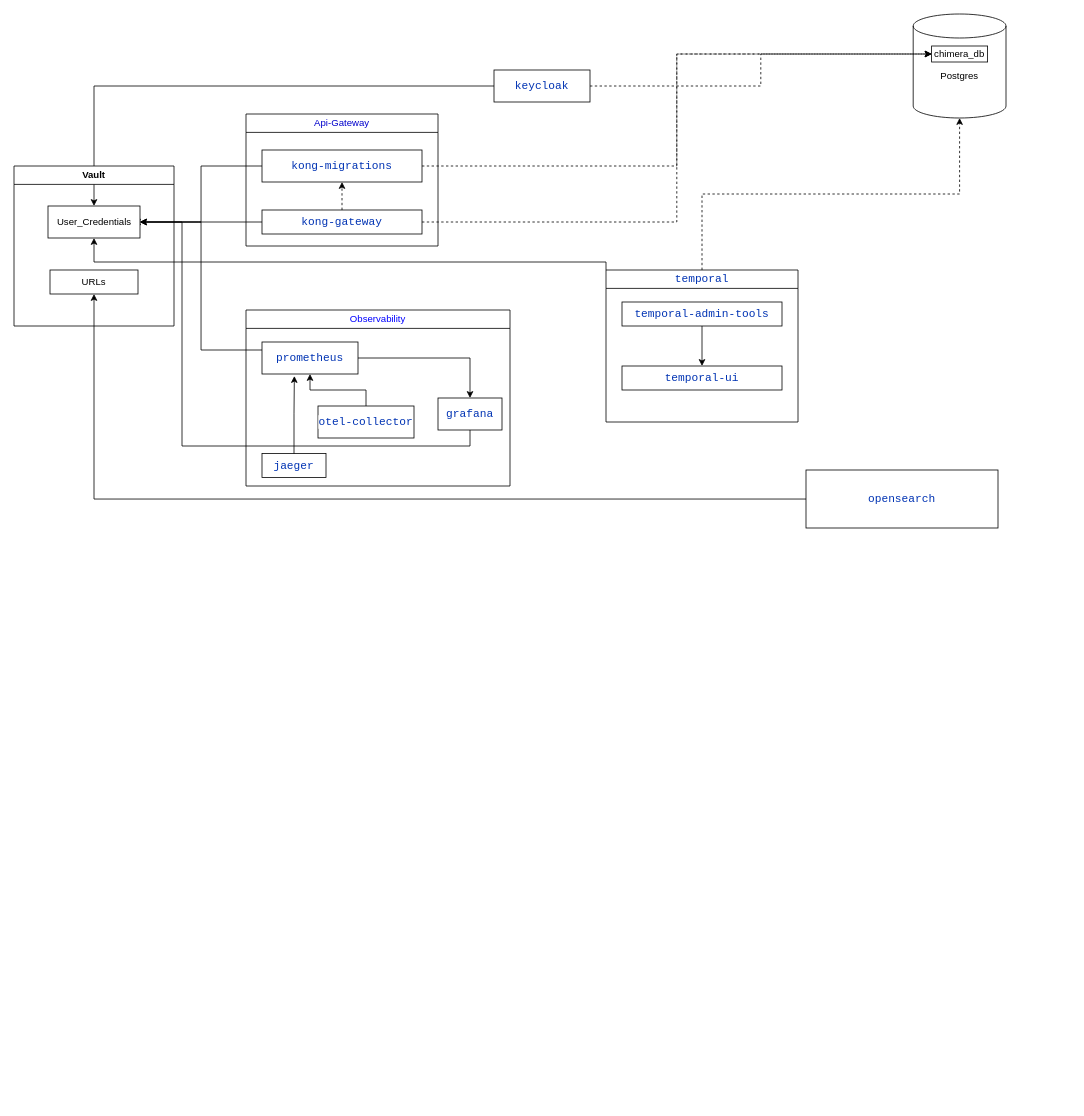
This is Application_Setup/Services_flow_diagram.drawio from Panthers-Labs-Pvt-Ltd/progressive.mind.framework, a draw.io file, before an edit. Source tidied: cells renumbered, new cells numbered last; positions are measured from the earlier drawing's top-left corner, leaving out a move shared by most shapes. Both pictures are drawn from the tidied source at 80%, with x=0, y=0 at pixel (14, 14).
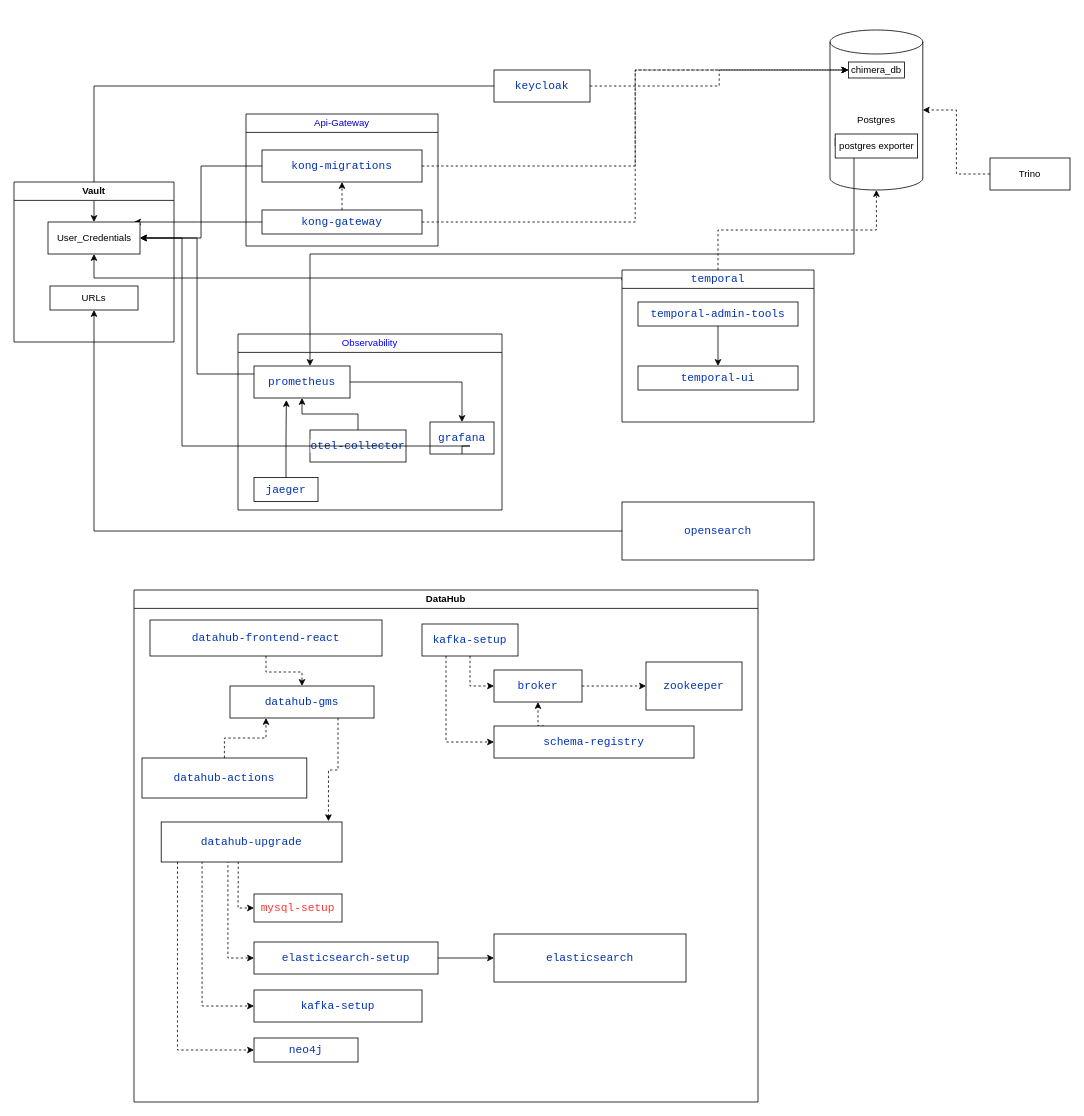
After the change.

Commit message:
Diagram updated for datahub

Unchanged cells that the change refers to:
```xml
<mxCell id="19" value="&lt;div style=&quot;text-align: start; background-color: rgb(255, 255, 255); color: rgb(8, 8, 8);&quot;&gt;&lt;pre style=&quot;font-family: &amp;quot;JetBrains Mono&amp;quot;, monospace; font-size: 10.5pt;&quot;&gt;&lt;span style=&quot;color: rgb(0, 51, 179);&quot;&gt;prometheus&lt;/span&gt;&lt;/pre&gt;&lt;/div&gt;" style="rounded=0;whiteSpace=wrap;html=1;" parent="17" vertex="1">
  <mxGeometry x="20" y="40" width="120" height="40" as="geometry" />
</mxCell>
<mxCell id="32" value="User_Credentials" style="rounded=0;whiteSpace=wrap;html=1;" parent="30" vertex="1">
  <mxGeometry x="42.5" y="50" width="115" height="40" as="geometry" />
</mxCell>
```

Change to the diagram source:
```diff
@@
     <mxCell id="2" value="Postgres" style="shape=cylinder3;whiteSpace=wrap;html=1;boundedLbl=1;backgroundOutline=1;size=15;" parent="1" vertex="1">
-      <mxGeometry x="1124" width="116" height="130" as="geometry" />
+      <mxGeometry x="1020" y="20" width="116" height="200" as="geometry" />
     </mxCell>
@@
     <mxCell id="6" value="&lt;div style=&quot;text-align: start; background-color: rgb(255, 255, 255); color: rgb(8, 8, 8);&quot;&gt;&lt;pre style=&quot;font-family: &amp;quot;JetBrains Mono&amp;quot;, monospace; font-size: 10.5pt;&quot;&gt;&lt;span style=&quot;color: rgb(0, 51, 179);&quot;&gt;opensearch&lt;/span&gt;&lt;/pre&gt;&lt;/div&gt;" style="rounded=0;whiteSpace=wrap;html=1;" parent="1" vertex="1">
-      <mxGeometry x="990" y="570" width="240" height="72.5" as="geometry" />
+      <mxGeometry x="760" y="610" width="240" height="72.5" as="geometry" />
     </mxCell>
-    <mxCell id="7" style="edgeStyle=orthogonalEdgeStyle;rounded=0;jettySize=auto;html=1;exitX=0;exitY=0;exitDx=0;exitDy=0;entryX=0.5;entryY=1;entryDx=0;entryDy=0;" parent="1" edge="1" source="8" target="32">
+    <mxCell id="7" style="edgeStyle=orthogonalEdgeStyle;rounded=0;jettySize=auto;html=1;exitX=0;exitY=0.068;exitDx=0;exitDy=0;entryX=0.5;entryY=1;entryDx=0;entryDy=0;exitPerimeter=0;" parent="1" edge="1" source="8" target="32">
       <mxGeometry relative="1" as="geometry">
         <Array as="points">
-          <mxPoint x="740" y="310" />
-          <mxPoint x="100" y="310" />
+          <mxPoint x="760" y="330" />
+          <mxPoint x="100" y="330" />
         </Array>
       </mxGeometry>
     </mxCell>
     <mxCell id="8" value="&lt;div style=&quot;font-weight: 400; text-align: start; background-color: rgb(255, 255, 255); color: rgb(8, 8, 8);&quot;&gt;&lt;pre style=&quot;font-family: &amp;quot;JetBrains Mono&amp;quot;, monospace; font-size: 10.5pt;&quot;&gt;&lt;span style=&quot;color: rgb(0, 51, 179);&quot;&gt;temporal&lt;/span&gt;&lt;/pre&gt;&lt;/div&gt;" style="swimlane;whiteSpace=wrap;html=1;" parent="1" vertex="1">
-      <mxGeometry x="740" y="320" width="240" height="190" as="geometry" />
+      <mxGeometry x="760" y="320" width="240" height="190" as="geometry" />
     </mxCell>
@@
     <mxCell id="17" value="&lt;span style=&quot;font-weight: normal; color: rgb(0, 0, 255);&quot;&gt;Observability&lt;/span&gt;" style="swimlane;whiteSpace=wrap;html=1;" parent="1" vertex="1">
-      <mxGeometry x="290" y="370" width="330" height="220" as="geometry" />
+      <mxGeometry x="280" y="400" width="330" height="220" as="geometry" />
     </mxCell>
@@
     <mxCell id="27" value="chimera_db" style="rounded=0;whiteSpace=wrap;html=1;" parent="1" vertex="1">
-      <mxGeometry x="1147" y="40" width="70" height="20" as="geometry" />
+      <mxGeometry x="1043" y="60" width="70" height="20" as="geometry" />
     </mxCell>
@@
     <mxCell id="30" value="Vault" style="swimlane;whiteSpace=wrap;html=1;" parent="1" vertex="1">
-      <mxGeometry y="190" width="200" height="200" as="geometry" />
+      <mxGeometry y="210" width="200" height="200" as="geometry" />
     </mxCell>
@@
+    <mxCell id="36" style="edgeStyle=orthogonalEdgeStyle;rounded=0;jettySize=auto;html=1;exitX=0;exitY=0.5;exitDx=0;exitDy=0;" parent="1" edge="1" source="37" target="19">
+      <mxGeometry relative="1" as="geometry">
+        <Array as="points">
+          <mxPoint x="1027" y="155" />
+          <mxPoint x="1050" y="155" />
+          <mxPoint x="1050" y="300" />
+          <mxPoint x="370" y="300" />
+        </Array>
+      </mxGeometry>
+    </mxCell>
+    <mxCell id="37" value="postgres exporter" style="rounded=0;whiteSpace=wrap;html=1;" parent="1" vertex="1">
+      <mxGeometry x="1026.5" y="150" width="103" height="30" as="geometry" />
+    </mxCell>
+    <mxCell id="38" style="edgeStyle=orthogonalEdgeStyle;rounded=0;jettySize=auto;html=1;exitX=0;exitY=0.5;exitDx=0;exitDy=0;dashed=1;" parent="1" edge="1" source="39" target="2">
+      <mxGeometry relative="1" as="geometry" />
+    </mxCell>
+    <mxCell id="39" value="Trino" style="rounded=0;whiteSpace=wrap;html=1;" parent="1" vertex="1">
+      <mxGeometry x="1220" y="180" width="100" height="40" as="geometry" />
+    </mxCell>
+    <mxCell id="40" value="DataHub" style="swimlane;whiteSpace=wrap;html=1;" parent="1" vertex="1">
+      <mxGeometry x="150" y="720" width="780" height="640" as="geometry" />
+    </mxCell>
+    <mxCell id="41" style="edgeStyle=orthogonalEdgeStyle;rounded=0;jettySize=auto;html=1;exitX=0.5;exitY=1;exitDx=0;exitDy=0;dashed=1;" parent="40" edge="1" source="42" target="43">
+      <mxGeometry relative="1" as="geometry" />
+    </mxCell>
+    <mxCell id="42" value="&lt;div style=&quot;background-color:#ffffff;color:#080808&quot;&gt;&lt;pre style=&quot;font-family:'JetBrains Mono',monospace;font-size:10.5pt;&quot;&gt;&lt;span style=&quot;color:#0033b3;&quot;&gt;datahub-frontend-react&lt;/span&gt;&lt;/pre&gt;&lt;/div&gt;" style="rounded=0;whiteSpace=wrap;html=1;" parent="40" vertex="1">
+      <mxGeometry x="20" y="37.5" width="290" height="45" as="geometry" />
+    </mxCell>
+    <mxCell id="43" value="&lt;div style=&quot;background-color:#ffffff;color:#080808&quot;&gt;&lt;pre style=&quot;font-family:'JetBrains Mono',monospace;font-size:10.5pt;&quot;&gt;&lt;span style=&quot;color:#0033b3;&quot;&gt;datahub-gms&lt;/span&gt;&lt;/pre&gt;&lt;/div&gt;" style="rounded=0;whiteSpace=wrap;html=1;" parent="40" vertex="1">
+      <mxGeometry x="120" y="120" width="180" height="40" as="geometry" />
+    </mxCell>
+    <mxCell id="44" style="edgeStyle=orthogonalEdgeStyle;rounded=0;jettySize=auto;html=1;entryX=0.25;entryY=1;entryDx=0;entryDy=0;dashed=1;" parent="40" edge="1" source="45" target="43">
+      <mxGeometry relative="1" as="geometry" />
+    </mxCell>
+    <mxCell id="45" value="&lt;div style=&quot;background-color:#ffffff;color:#080808&quot;&gt;&lt;pre style=&quot;font-family:'JetBrains Mono',monospace;font-size:10.5pt;&quot;&gt;&lt;span style=&quot;color:#0033b3;&quot;&gt;datahub-actions&lt;/span&gt;&lt;/pre&gt;&lt;/div&gt;" style="rounded=0;whiteSpace=wrap;html=1;" parent="40" vertex="1">
+      <mxGeometry x="10" y="210" width="206" height="50" as="geometry" />
+    </mxCell>
+    <mxCell id="46" style="edgeStyle=orthogonalEdgeStyle;rounded=0;jettySize=auto;html=1;exitX=0.426;exitY=0.995;exitDx=0;exitDy=0;entryX=0;entryY=0.5;entryDx=0;entryDy=0;dashed=1;exitPerimeter=0;" parent="40" edge="1" source="50" target="62">
+      <mxGeometry relative="1" as="geometry" />
+    </mxCell>
+    <mxCell id="47" style="edgeStyle=orthogonalEdgeStyle;rounded=0;jettySize=auto;html=1;entryX=0;entryY=0.5;entryDx=0;entryDy=0;exitX=0.369;exitY=0.96;exitDx=0;exitDy=0;exitPerimeter=0;dashed=1;" parent="40" edge="1" source="50" target="52">
+      <mxGeometry relative="1" as="geometry" />
+    </mxCell>
+    <mxCell id="48" style="edgeStyle=orthogonalEdgeStyle;rounded=0;jettySize=auto;html=1;entryX=0;entryY=0.5;entryDx=0;entryDy=0;dashed=1;exitX=0.226;exitY=0.987;exitDx=0;exitDy=0;exitPerimeter=0;" parent="40" edge="1" source="50" target="53">
+      <mxGeometry relative="1" as="geometry" />
+    </mxCell>
+    <mxCell id="49" style="edgeStyle=orthogonalEdgeStyle;rounded=0;jettySize=auto;html=1;entryX=0;entryY=0.5;entryDx=0;entryDy=0;dashed=1;exitX=0.09;exitY=0.996;exitDx=0;exitDy=0;exitPerimeter=0;" parent="40" edge="1" source="50" target="55">
+      <mxGeometry relative="1" as="geometry" />
+    </mxCell>
+    <mxCell id="50" value="&lt;div style=&quot;background-color:#ffffff;color:#080808&quot;&gt;&lt;pre style=&quot;font-family:'JetBrains Mono',monospace;font-size:10.5pt;&quot;&gt;&lt;span style=&quot;color:#0033b3;&quot;&gt;datahub-upgrade&lt;/span&gt;&lt;/pre&gt;&lt;/div&gt;" style="rounded=0;whiteSpace=wrap;html=1;" parent="40" vertex="1">
+      <mxGeometry x="34" y="290" width="226" height="50" as="geometry" />
+    </mxCell>
+    <mxCell id="51" style="edgeStyle=orthogonalEdgeStyle;rounded=0;jettySize=auto;html=1;exitX=1;exitY=0.5;exitDx=0;exitDy=0;entryX=0;entryY=0.5;entryDx=0;entryDy=0;" parent="40" edge="1" source="52" target="54">
+      <mxGeometry relative="1" as="geometry" />
+    </mxCell>
+    <mxCell id="52" value="&lt;div style=&quot;background-color:#ffffff;color:#080808&quot;&gt;&lt;pre style=&quot;font-family:'JetBrains Mono',monospace;font-size:10.5pt;&quot;&gt;&lt;span style=&quot;color:#0033b3;&quot;&gt;elasticsearch-setup&lt;/span&gt;&lt;/pre&gt;&lt;/div&gt;" style="rounded=0;whiteSpace=wrap;html=1;" parent="40" vertex="1">
+      <mxGeometry x="150" y="440" width="230" height="40" as="geometry" />
+    </mxCell>
+    <mxCell id="53" value="&lt;div style=&quot;background-color:#ffffff;color:#080808&quot;&gt;&lt;pre style=&quot;font-family:'JetBrains Mono',monospace;font-size:10.5pt;&quot;&gt;&lt;span style=&quot;color:#0033b3;&quot;&gt;kafka-setup&lt;/span&gt;&lt;/pre&gt;&lt;/div&gt;" style="rounded=0;whiteSpace=wrap;html=1;" parent="40" vertex="1">
+      <mxGeometry x="150" y="500" width="210" height="40" as="geometry" />
+    </mxCell>
+    <mxCell id="54" value="&lt;div style=&quot;background-color:#ffffff;color:#080808&quot;&gt;&lt;pre style=&quot;font-family:'JetBrains Mono',monospace;font-size:10.5pt;&quot;&gt;&lt;span style=&quot;color:#0033b3;&quot;&gt;elasticsearch&lt;/span&gt;&lt;/pre&gt;&lt;/div&gt;" style="rounded=0;whiteSpace=wrap;html=1;" parent="40" vertex="1">
+      <mxGeometry x="450" y="430" width="240" height="60" as="geometry" />
+    </mxCell>
+    <mxCell id="55" value="&lt;div style=&quot;background-color:#ffffff;color:#080808&quot;&gt;&lt;pre style=&quot;font-family:'JetBrains Mono',monospace;font-size:10.5pt;&quot;&gt;&lt;span style=&quot;color:#0033b3;&quot;&gt;neo4j&lt;/span&gt;&lt;/pre&gt;&lt;/div&gt;" style="rounded=0;whiteSpace=wrap;html=1;" parent="40" vertex="1">
+      <mxGeometry x="150" y="560" width="130" height="30" as="geometry" />
+    </mxCell>
+    <mxCell id="56" style="edgeStyle=orthogonalEdgeStyle;rounded=0;jettySize=auto;html=1;exitX=0.25;exitY=0;exitDx=0;exitDy=0;entryX=0.5;entryY=1;entryDx=0;entryDy=0;dashed=1;" parent="40" edge="1" source="57" target="59">
+      <mxGeometry relative="1" as="geometry" />
+    </mxCell>
+    <mxCell id="57" value="&lt;div style=&quot;background-color:#ffffff;color:#080808&quot;&gt;&lt;pre style=&quot;font-family:'JetBrains Mono',monospace;font-size:10.5pt;&quot;&gt;&lt;span style=&quot;color:#0033b3;&quot;&gt;schema-registry&lt;/span&gt;&lt;/pre&gt;&lt;/div&gt;" style="rounded=0;whiteSpace=wrap;html=1;" parent="40" vertex="1">
+      <mxGeometry x="450" y="170" width="250" height="40" as="geometry" />
+    </mxCell>
+    <mxCell id="58" style="edgeStyle=orthogonalEdgeStyle;rounded=0;jettySize=auto;html=1;exitX=1;exitY=0.5;exitDx=0;exitDy=0;dashed=1;" parent="40" edge="1" source="59" target="60">
+      <mxGeometry relative="1" as="geometry" />
+    </mxCell>
+    <mxCell id="59" value="&lt;div style=&quot;background-color:#ffffff;color:#080808&quot;&gt;&lt;pre style=&quot;font-family:'JetBrains Mono',monospace;font-size:10.5pt;&quot;&gt;&lt;span style=&quot;color:#0033b3;&quot;&gt;broker&lt;/span&gt;&lt;/pre&gt;&lt;/div&gt;" style="rounded=0;whiteSpace=wrap;html=1;" parent="40" vertex="1">
+      <mxGeometry x="450" y="100" width="110" height="40" as="geometry" />
+    </mxCell>
+    <mxCell id="60" value="&lt;div style=&quot;background-color:#ffffff;color:#080808&quot;&gt;&lt;pre style=&quot;font-family:'JetBrains Mono',monospace;font-size:10.5pt;&quot;&gt;&lt;span style=&quot;color:#0033b3;&quot;&gt;zookeeper&lt;/span&gt;&lt;/pre&gt;&lt;/div&gt;" style="rounded=0;whiteSpace=wrap;html=1;" parent="40" vertex="1">
+      <mxGeometry x="640" y="90" width="120" height="60" as="geometry" />
+    </mxCell>
+    <mxCell id="61" style="edgeStyle=orthogonalEdgeStyle;rounded=0;jettySize=auto;html=1;exitX=0.75;exitY=1;exitDx=0;exitDy=0;entryX=0.925;entryY=-0.02;entryDx=0;entryDy=0;entryPerimeter=0;dashed=1;" parent="40" edge="1" source="43" target="50">
+      <mxGeometry relative="1" as="geometry" />
+    </mxCell>
+    <mxCell id="62" value="&lt;div style=&quot;background-color: rgb(255, 255, 255);&quot;&gt;&lt;pre style=&quot;font-family: &amp;quot;JetBrains Mono&amp;quot;, monospace; font-size: 10.5pt;&quot;&gt;&lt;font style=&quot;color: rgb(255, 51, 51);&quot;&gt;mysql-setup&lt;/font&gt;&lt;/pre&gt;&lt;/div&gt;" style="rounded=0;whiteSpace=wrap;html=1;" parent="40" vertex="1">
+      <mxGeometry x="150" y="380" width="110" height="35" as="geometry" />
+    </mxCell>
+    <mxCell id="63" style="edgeStyle=orthogonalEdgeStyle;rounded=0;jettySize=auto;html=1;exitX=0.5;exitY=1;exitDx=0;exitDy=0;entryX=0;entryY=0.5;entryDx=0;entryDy=0;dashed=1;" parent="40" edge="1" source="65" target="59">
+      <mxGeometry relative="1" as="geometry" />
+    </mxCell>
+    <mxCell id="64" style="edgeStyle=orthogonalEdgeStyle;rounded=0;jettySize=auto;html=1;exitX=0.25;exitY=1;exitDx=0;exitDy=0;entryX=0;entryY=0.5;entryDx=0;entryDy=0;dashed=1;" parent="40" edge="1" source="65" target="57">
+      <mxGeometry relative="1" as="geometry" />
+    </mxCell>
+    <mxCell id="65" value="&lt;div style=&quot;background-color:#ffffff;color:#080808&quot;&gt;&lt;pre style=&quot;font-family:'JetBrains Mono',monospace;font-size:10.5pt;&quot;&gt;&lt;span style=&quot;color:#0033b3;&quot;&gt;kafka-setup&lt;/span&gt;&lt;/pre&gt;&lt;/div&gt;" style="rounded=0;whiteSpace=wrap;html=1;" parent="40" vertex="1">
+      <mxGeometry x="360" y="42.5" width="120" height="40" as="geometry" />
+    </mxCell>
```
